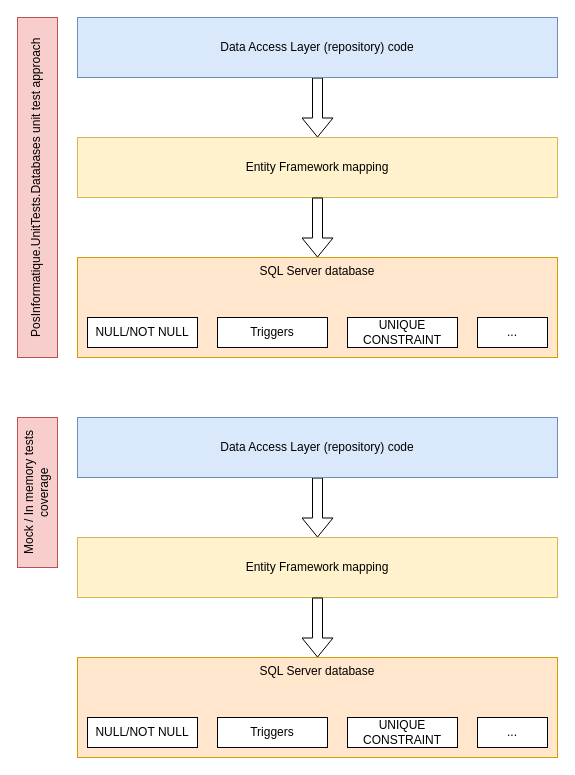
This is docs/Schemas.drawio from PosInformatique/PosInformatique.Testing.Databases, a draw.io file, before an edit. Source tidied: cells renumbered, new cells numbered last; positions are measured from the earlier drawing's top-left corner, leaving out a move shared by most shapes. Both pictures are drawn from the tidied source at 100%, with x=0, y=0 at pixel (17, 17).
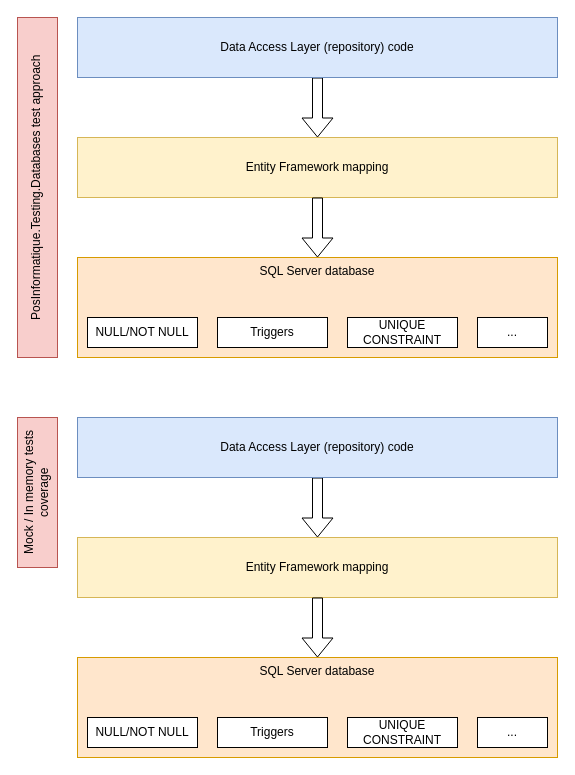
The same page after the edit.

What changed in the source:
```diff
@@
-    <mxCell id="20" value="PosInformatique.UnitTests.Databases unit test approach" style="rounded=0;whiteSpace=wrap;html=1;textDirection=vertical-rl;rotation=-180;fillColor=#f8cecc;strokeColor=#b85450;" parent="1" vertex="1">
+    <mxCell id="20" value="PosInformatique.Testing.Databases test approach" style="rounded=0;whiteSpace=wrap;html=1;textDirection=vertical-rl;rotation=-180;fillColor=#f8cecc;strokeColor=#b85450;" parent="1" vertex="1">
       <mxGeometry width="40" height="340" as="geometry" />
     </mxCell>
```
